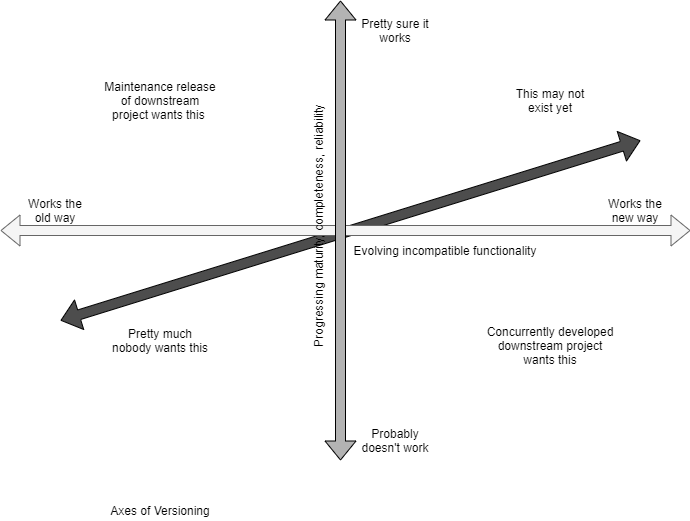
Earlier version of the draw.io export diagrams/versioning.png (dboreham/global-bugs). Source tidied: cells renumbered, new cells last; positions are measured from the earlier drawing's top-left corner, leaving out a move shared by most shapes. Source of this version:
```xml
<mxGraphModel>
  <root>
    <mxCell id="0" />
    <mxCell id="1" parent="0" />
    <mxCell id="2" style="shape=flexArrow;endArrow=classic;startArrow=classic;html=1;strokeColor=#000000;fillColor=#4D4D4D;" parent="1" edge="1">
      <mxGeometry relative="1" as="geometry">
        <mxPoint x="60" y="320" as="sourcePoint" />
        <mxPoint x="640" y="140" as="targetPoint" />
      </mxGeometry>
    </mxCell>
    <mxCell id="3" style="shape=flexArrow;endArrow=classic;startArrow=classic;html=1;fillColor=#f5f5f5;strokeColor=#666666;" parent="1" edge="1">
      <mxGeometry relative="1" as="geometry">
        <mxPoint y="230" as="sourcePoint" />
        <mxPoint x="690" y="230" as="targetPoint" />
      </mxGeometry>
    </mxCell>
    <mxCell id="4" value="Works the old way" style="text;html=1;strokeColor=none;fillColor=none;align=center;verticalAlign=middle;whiteSpace=wrap;rounded=0;" parent="1" vertex="1">
      <mxGeometry x="20" y="200" width="70" height="20" as="geometry" />
    </mxCell>
    <mxCell id="5" value="Works the new way" style="text;html=1;strokeColor=none;fillColor=none;align=center;verticalAlign=middle;whiteSpace=wrap;rounded=0;" parent="1" vertex="1">
      <mxGeometry x="600" y="200" width="70" height="20" as="geometry" />
    </mxCell>
    <mxCell id="6" style="shape=flexArrow;endArrow=classic;startArrow=classic;html=1;fillColor=#B3B3B3;" parent="1" edge="1">
      <mxGeometry relative="1" as="geometry">
        <mxPoint x="340" y="460" as="sourcePoint" />
        <mxPoint x="340" as="targetPoint" />
      </mxGeometry>
    </mxCell>
    <mxCell id="7" value="Pretty sure it works" style="text;html=1;strokeColor=none;fillColor=none;align=center;verticalAlign=middle;whiteSpace=wrap;rounded=0;" parent="1" vertex="1">
      <mxGeometry x="360" y="20" width="70" height="20" as="geometry" />
    </mxCell>
    <mxCell id="8" value="Probably doesn't work" style="text;html=1;strokeColor=none;fillColor=none;align=center;verticalAlign=middle;whiteSpace=wrap;rounded=0;" parent="1" vertex="1">
      <mxGeometry x="360" y="430" width="70" height="20" as="geometry" />
    </mxCell>
    <mxCell id="9" value="Axes of Versioning" style="text;html=1;strokeColor=none;fillColor=none;align=center;verticalAlign=middle;whiteSpace=wrap;rounded=0;" parent="1" vertex="1">
      <mxGeometry x="95" y="500" width="130" height="20" as="geometry" />
    </mxCell>
    <mxCell id="10" value="Concurrently developed downstream project wants this" style="text;html=1;strokeColor=none;fillColor=none;align=center;verticalAlign=middle;whiteSpace=wrap;rounded=0;" parent="1" vertex="1">
      <mxGeometry x="485" y="320" width="130" height="50" as="geometry" />
    </mxCell>
    <mxCell id="11" value="Maintenance release of downstream project wants this&amp;nbsp;" style="text;html=1;strokeColor=none;fillColor=none;align=center;verticalAlign=middle;whiteSpace=wrap;rounded=0;" parent="1" vertex="1">
      <mxGeometry x="100" y="70" width="120" height="60" as="geometry" />
    </mxCell>
    <mxCell id="12" value="This may not exist yet" style="text;html=1;strokeColor=none;fillColor=none;align=center;verticalAlign=middle;whiteSpace=wrap;rounded=0;" parent="1" vertex="1">
      <mxGeometry x="510" y="75" width="80" height="50" as="geometry" />
    </mxCell>
    <mxCell id="13" value="Pretty much nobody wants this" style="text;html=1;strokeColor=none;fillColor=none;align=center;verticalAlign=middle;whiteSpace=wrap;rounded=0;" parent="1" vertex="1">
      <mxGeometry x="110" y="320" width="100" height="40" as="geometry" />
    </mxCell>
    <mxCell id="14" value="Evolving incompatible functionality" style="text;html=1;strokeColor=none;fillColor=none;align=center;verticalAlign=middle;whiteSpace=wrap;rounded=0;" parent="1" vertex="1">
      <mxGeometry x="345" y="230" width="200" height="40" as="geometry" />
    </mxCell>
    <mxCell id="15" value="Progressing maturity, completeness, reliability" style="text;html=1;strokeColor=none;fillColor=none;align=center;verticalAlign=middle;whiteSpace=wrap;rounded=0;rotation=-90;" parent="1" vertex="1">
      <mxGeometry x="190" y="210" width="255" height="30" as="geometry" />
    </mxCell>
  </root>
</mxGraphModel>
```
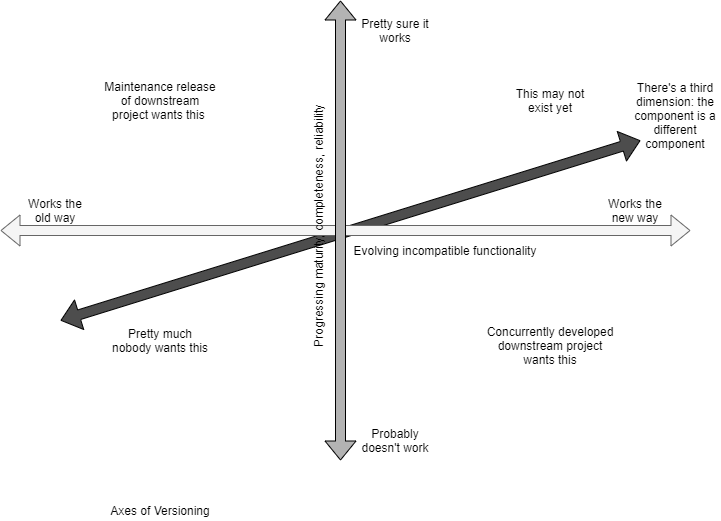
The same diagram one commit later.

What changed in the source:
```diff
@@ -53,5 +53,8 @@
     <mxCell id="15" value="Progressing maturity, completeness, reliability" style="text;html=1;strokeColor=none;fillColor=none;align=center;verticalAlign=middle;whiteSpace=wrap;rounded=0;rotation=-90;" parent="1" vertex="1">
       <mxGeometry x="190" y="210" width="255" height="30" as="geometry" />
     </mxCell>
+    <mxCell id="16" value="There's a third dimension: the component is a different component" style="text;html=1;strokeColor=none;fillColor=none;align=center;verticalAlign=middle;whiteSpace=wrap;rounded=0;" parent="1" vertex="1">
+      <mxGeometry x="630" y="80" width="90" height="70" as="geometry" />
+    </mxCell>
   </root>
 </mxGraphModel>
```
